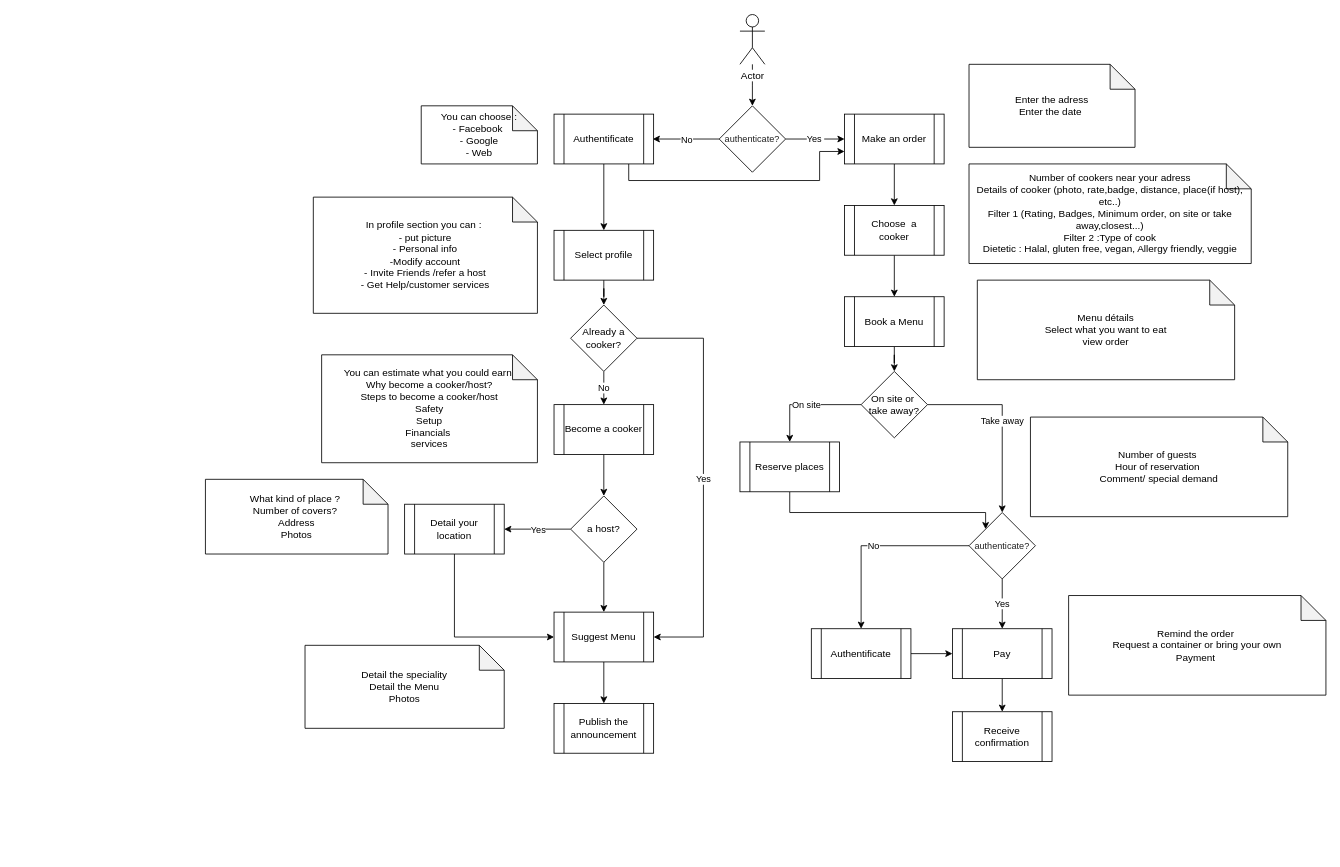
This is IChef.drawio from ekooo/essai, a draw.io file, before an edit. Source tidied: cells renumbered, new cells numbered last; positions are measured from the earlier drawing's top-left corner, leaving out a move shared by most shapes. Both pictures are drawn from the tidied source at 83%, with x=0, y=0 at pixel (205, 14).
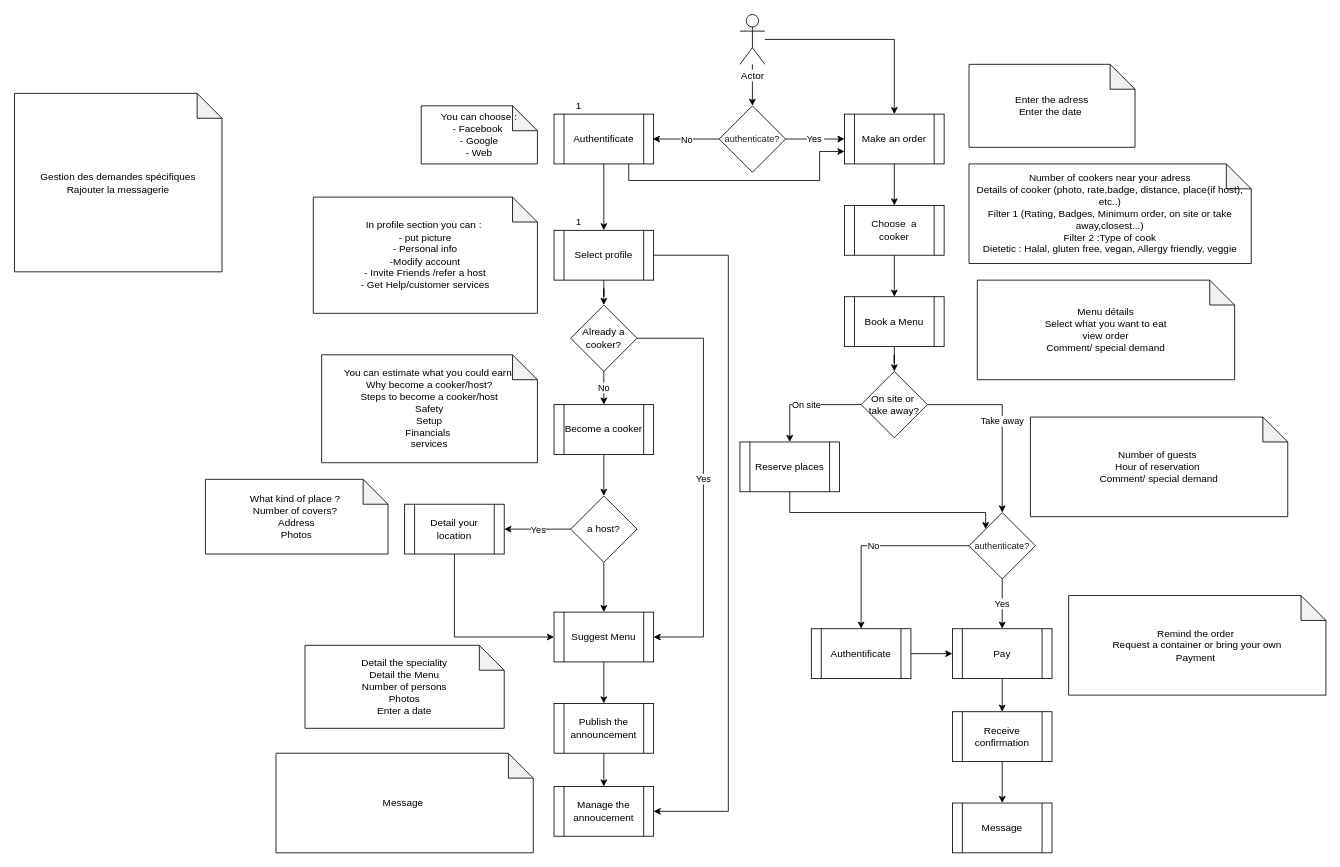
The same diagram, later.

The change refers to these unchanged cells:
```xml
<mxCell id="3" value="Actor" style="shape=umlActor;verticalLabelPosition=bottom;labelBackgroundColor=#ffffff;verticalAlign=top;html=1;outlineConnect=0;" parent="1" vertex="1">
  <mxGeometry x="644" width="30" height="60" as="geometry" />
</mxCell>
<mxCell id="8" value="Make an order" style="shape=process;whiteSpace=wrap;html=1;backgroundOutline=1;" parent="1" vertex="1">
  <mxGeometry x="770" y="120" width="120" height="60" as="geometry" />
</mxCell>
<mxCell id="13" value="Select profile" style="shape=process;whiteSpace=wrap;html=1;backgroundOutline=1;" parent="1" vertex="1">
  <mxGeometry x="420" y="260" width="120" height="60" as="geometry" />
</mxCell>
<mxCell id="29" value="Receive confirmation" style="shape=process;whiteSpace=wrap;html=1;backgroundOutline=1;" parent="1" vertex="1">
  <mxGeometry x="900" y="840" width="120" height="60" as="geometry" />
</mxCell>
<mxCell id="40" value="Publish the announcement" style="shape=process;whiteSpace=wrap;html=1;backgroundOutline=1;" parent="1" vertex="1">
  <mxGeometry x="420" y="830" width="120" height="60" as="geometry" />
</mxCell>
```

The edit, as a diff of the source:
```diff
@@
+    <mxCell id="54" style="edgeStyle=orthogonalEdgeStyle;rounded=0;jettySize=auto;html=1;entryX=0.5;entryY=0;entryDx=0;entryDy=0;" parent="1" edge="1" source="3" target="8">
+      <mxGeometry relative="1" as="geometry" />
+    </mxCell>
@@
+    <mxCell id="55" style="edgeStyle=orthogonalEdgeStyle;rounded=0;jettySize=auto;html=1;exitX=1;exitY=0.5;exitDx=0;exitDy=0;entryX=1;entryY=0.5;entryDx=0;entryDy=0;" parent="1" edge="1" source="13" target="58">
+      <mxGeometry relative="1" as="geometry">
+        <Array as="points">
+          <mxPoint x="630" y="290" />
+          <mxPoint x="630" y="960" />
+        </Array>
+      </mxGeometry>
+    </mxCell>
@@
+    <mxCell id="56" style="edgeStyle=orthogonalEdgeStyle;rounded=0;jettySize=auto;html=1;" parent="1" edge="1" source="29" target="60">
+      <mxGeometry relative="1" as="geometry" />
+    </mxCell>
@@
+    <mxCell id="57" style="edgeStyle=orthogonalEdgeStyle;rounded=0;jettySize=auto;html=1;" parent="1" edge="1" source="40" target="58">
+      <mxGeometry relative="1" as="geometry" />
+    </mxCell>
@@
-    <mxCell id="49" value="&lt;pre class=&quot;tw-data-text tw-text-large tw-ta&quot; id=&quot;tw-target-text&quot; dir=&quot;ltr&quot; style=&quot;font-size: 28px ; line-height: 36px ; border: none ; padding: 2px 0.14em 2px 0px ; position: relative ; margin-top: -2px ; margin-bottom: -2px ; resize: none ; font-family: inherit ; overflow: hidden ; text-align: left ; width: 283px ; white-space: pre-wrap ; overflow-wrap: break-word ; color: rgb(34 , 34 , 34)&quot;&gt;&lt;/pre&gt;Detail the speciality&lt;br&gt;Detail the Menu&lt;br&gt;Photos" style="shape=note;whiteSpace=wrap;html=1;backgroundOutline=1;darkOpacity=0.05;" parent="1" vertex="1">
+    <mxCell id="49" value="&lt;pre class=&quot;tw-data-text tw-text-large tw-ta&quot; id=&quot;tw-target-text&quot; dir=&quot;ltr&quot; style=&quot;font-size: 28px ; line-height: 36px ; border: none ; padding: 2px 0.14em 2px 0px ; position: relative ; margin-top: -2px ; margin-bottom: -2px ; resize: none ; font-family: inherit ; overflow: hidden ; text-align: left ; width: 283px ; white-space: pre-wrap ; overflow-wrap: break-word ; color: rgb(34 , 34 , 34)&quot;&gt;&lt;/pre&gt;Detail the speciality&lt;br&gt;Detail the Menu&lt;br&gt;Number of persons&lt;br&gt;Photos&lt;br&gt;Enter a date" style="shape=note;whiteSpace=wrap;html=1;backgroundOutline=1;darkOpacity=0.05;" parent="1" vertex="1">
       <mxGeometry x="120" y="760" width="240" height="100" as="geometry" />
     </mxCell>
-    <mxCell id="50" value="Menu détails&lt;br&gt;Select what you want to eat&lt;br&gt;view order" style="shape=note;whiteSpace=wrap;html=1;backgroundOutline=1;darkOpacity=0.05;" parent="1" vertex="1">
+    <mxCell id="50" value="Menu détails&lt;br&gt;Select what you want to eat&lt;br&gt;view order&lt;br&gt;Comment/ special demand" style="shape=note;whiteSpace=wrap;html=1;backgroundOutline=1;darkOpacity=0.05;" parent="1" vertex="1">
       <mxGeometry x="930" y="320" width="310" height="120" as="geometry" />
     </mxCell>
@@
+    <mxCell id="58" value="Manage the annoucement" style="shape=process;whiteSpace=wrap;html=1;backgroundOutline=1;" parent="1" vertex="1">
+      <mxGeometry x="420" y="930" width="120" height="60" as="geometry" />
+    </mxCell>
+    <mxCell id="59" value="Message&amp;nbsp;" style="shape=note;whiteSpace=wrap;html=1;backgroundOutline=1;darkOpacity=0.05;" parent="1" vertex="1">
+      <mxGeometry x="85" y="890" width="310" height="120" as="geometry" />
+    </mxCell>
+    <mxCell id="60" value="Message" style="shape=process;whiteSpace=wrap;html=1;backgroundOutline=1;" parent="1" vertex="1">
+      <mxGeometry x="900" y="950" width="120" height="60" as="geometry" />
+    </mxCell>
+    <mxCell id="61" value="Gestion des demandes spécifiques&lt;br&gt;Rajouter la messagerie" style="shape=note;whiteSpace=wrap;html=1;backgroundOutline=1;darkOpacity=0.05;" parent="1" vertex="1">
+      <mxGeometry x="-230" y="95" width="250" height="215" as="geometry" />
+    </mxCell>
+    <mxCell id="62" value="1" style="text;html=1;strokeColor=none;fillColor=none;align=center;verticalAlign=middle;whiteSpace=wrap;rounded=0;" parent="1" vertex="1">
+      <mxGeometry x="430" y="100" width="40" height="20" as="geometry" />
+    </mxCell>
+    <mxCell id="63" value="1" style="text;html=1;strokeColor=none;fillColor=none;align=center;verticalAlign=middle;whiteSpace=wrap;rounded=0;" parent="1" vertex="1">
+      <mxGeometry x="430" y="240" width="40" height="20" as="geometry" />
+    </mxCell>
```
